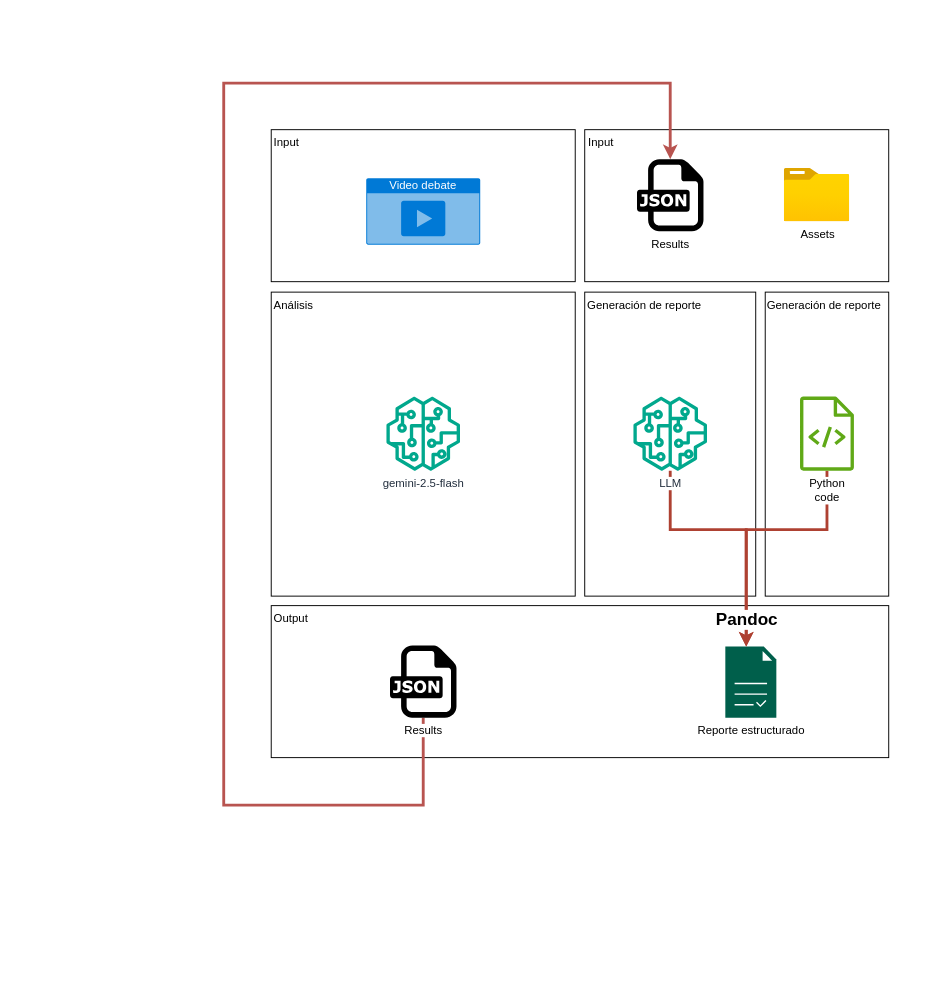
This is analisis_video_canal_7.drawio from Ever-417/diagramas, a draw.io file, before an edit. Source tidied: cells renumbered, new cells numbered last; positions are measured from the earlier drawing's top-left corner, leaving out a move shared by most shapes. Both pictures are drawn from the tidied source at 95%, with x=0, y=0 at pixel (223, 83).
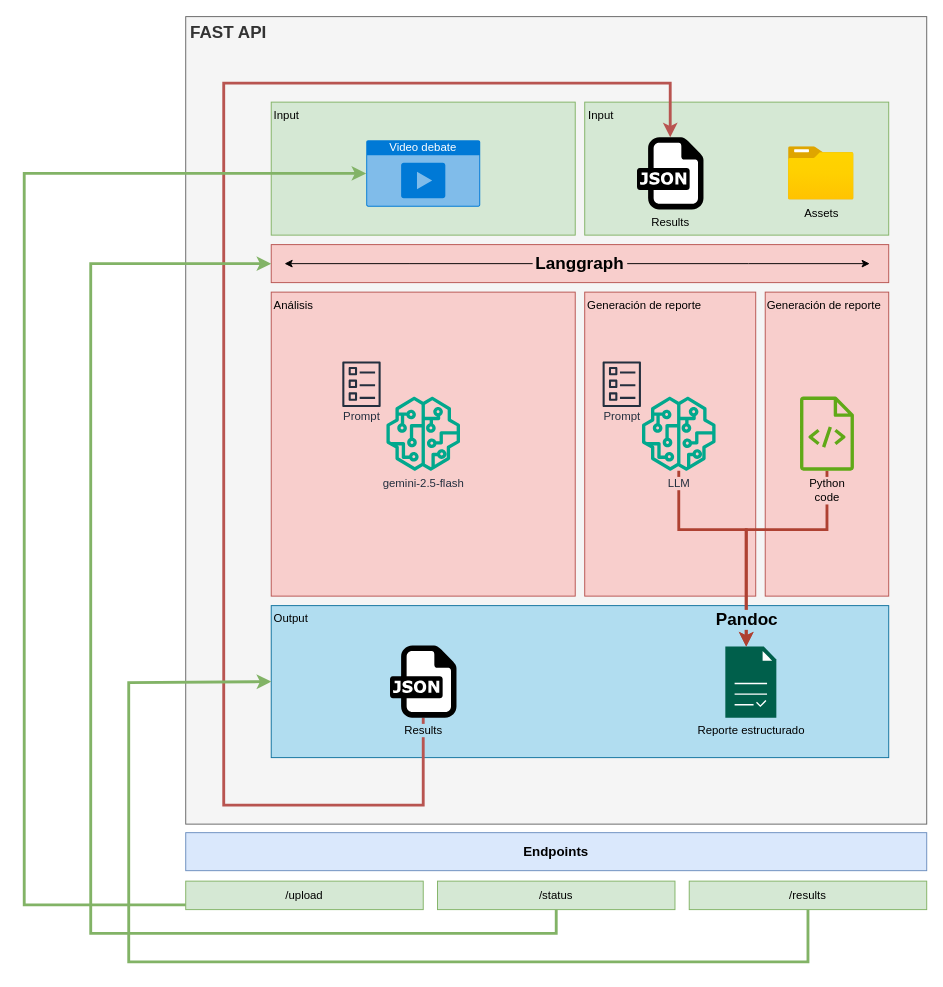
After the change.

Unchanged cells that the change refers to:
```xml
<mxCell id="13" value="Reporte estructurado" style="sketch=0;shadow=0;dashed=0;html=1;strokeColor=none;fillColor=#005F4B;labelPosition=center;verticalLabelPosition=bottom;verticalAlign=top;align=center;outlineConnect=0;shape=mxgraph.veeam2.report;" parent="1" vertex="1">
  <mxGeometry x="528" y="593.1" width="53.7" height="74.8" as="geometry" />
</mxCell>
```

Diff of the diagram source:
```diff
@@
+    <mxCell id="20" value="FAST API" style="rounded=0;whiteSpace=wrap;html=1;verticalAlign=top;align=left;spacingLeft=3;fontSize=18;fontStyle=1;fillColor=#f5f5f5;strokeColor=#666666;fontColor=#333333;" parent="1" vertex="1">
+      <mxGeometry x="-40" y="-70" width="780" height="850" as="geometry" />
+    </mxCell>
-    <mxCell id="2" value="Input" style="rounded=0;whiteSpace=wrap;html=1;verticalAlign=top;align=left;spacingLeft=2;" parent="1" vertex="1">
-      <mxGeometry x="380" y="49" width="320" height="160" as="geometry" />
+    <mxCell id="2" value="Input" style="rounded=0;whiteSpace=wrap;html=1;verticalAlign=top;align=left;spacingLeft=2;fillColor=#d5e8d4;strokeColor=#82b366;" parent="1" vertex="1">
+      <mxGeometry x="380" y="20" width="320" height="140" as="geometry" />
     </mxCell>
-    <mxCell id="3" value="Generación de reporte" style="whiteSpace=wrap;html=1;verticalAlign=top;align=left;spacingLeft=1;" parent="1" vertex="1">
+    <mxCell id="3" value="Generación de reporte" style="whiteSpace=wrap;html=1;verticalAlign=top;align=left;spacingLeft=1;fillColor=#f8cecc;strokeColor=#b85450;labelBackgroundColor=light-dark(#f8cecc, #ededed);" parent="1" vertex="1">
       <mxGeometry x="380" y="220" width="180" height="320" as="geometry" />
     </mxCell>
-    <mxCell id="4" value="&lt;span style=&quot;&quot;&gt;Generación de reporte&lt;/span&gt;" style="rounded=0;whiteSpace=wrap;html=1;verticalAlign=top;align=left;" parent="1" vertex="1">
+    <mxCell id="4" value="&lt;span style=&quot;&quot;&gt;Generación de reporte&lt;/span&gt;" style="rounded=0;whiteSpace=wrap;html=1;verticalAlign=top;align=left;fillColor=#f8cecc;strokeColor=#b85450;labelBackgroundColor=light-dark(#f8cecc, #ededed);" parent="1" vertex="1">
       <mxGeometry x="570" y="220" width="130" height="320" as="geometry" />
     </mxCell>
-    <mxCell id="5" value="Análisis" style="whiteSpace=wrap;html=1;verticalAlign=top;align=left;spacingLeft=1;" parent="1" vertex="1">
+    <mxCell id="5" value="Análisis" style="whiteSpace=wrap;html=1;verticalAlign=top;align=left;spacingLeft=1;fillColor=#f8cecc;strokeColor=#b85450;" parent="1" vertex="1">
       <mxGeometry x="50" y="220" width="320" height="320" as="geometry" />
     </mxCell>
@@
-    <mxCell id="7" value="Input" style="rounded=0;whiteSpace=wrap;html=1;verticalAlign=top;align=left;spacingLeft=1;" parent="1" vertex="1">
-      <mxGeometry x="50" y="49" width="320" height="160" as="geometry" />
+    <mxCell id="7" value="Input" style="rounded=0;whiteSpace=wrap;html=1;verticalAlign=top;align=left;spacingLeft=1;fillColor=#d5e8d4;strokeColor=#82b366;" parent="1" vertex="1">
+      <mxGeometry x="50" y="20" width="320" height="140" as="geometry" />
     </mxCell>
-    <mxCell id="8" value="Output" style="rounded=0;whiteSpace=wrap;html=1;verticalAlign=top;align=left;spacingLeft=1;" parent="1" vertex="1">
+    <mxCell id="8" value="Output" style="rounded=0;whiteSpace=wrap;html=1;verticalAlign=top;align=left;spacingLeft=1;fillColor=#b1ddf0;strokeColor=#10739e;" parent="1" vertex="1">
       <mxGeometry x="50" y="550" width="650" height="160" as="geometry" />
     </mxCell>
     <mxCell id="9" value="Video debate" style="html=1;whiteSpace=wrap;strokeColor=none;fillColor=#0079D6;labelPosition=center;verticalLabelPosition=middle;verticalAlign=top;align=center;fontSize=12;outlineConnect=0;spacingTop=-6;fontColor=#FFFFFF;sketch=0;shape=mxgraph.sitemap.video;" parent="1" vertex="1">
-      <mxGeometry x="150" y="100" width="120" height="70" as="geometry" />
+      <mxGeometry x="150" y="60" width="120" height="70" as="geometry" />
     </mxCell>
@@
-    <mxCell id="11" value="Results" style="dashed=0;outlineConnect=0;html=1;align=center;labelPosition=center;verticalLabelPosition=bottom;verticalAlign=top;shape=mxgraph.weblogos.json;labelBackgroundColor=default;" parent="1" vertex="1">
+    <mxCell id="11" value="Results" style="dashed=0;outlineConnect=0;html=1;align=center;labelPosition=center;verticalLabelPosition=bottom;verticalAlign=top;shape=mxgraph.weblogos.json;labelBackgroundColor=light-dark(#b1ddf0, #ededed);" parent="1" vertex="1">
       <mxGeometry x="175" y="592.1" width="70" height="75.8" as="geometry" />
     </mxCell>
-    <mxCell id="12" value="Results" style="dashed=0;outlineConnect=0;html=1;align=center;labelPosition=center;verticalLabelPosition=bottom;verticalAlign=top;shape=mxgraph.weblogos.json;" parent="1" vertex="1">
-      <mxGeometry x="435" y="80" width="70" height="75.8" as="geometry" />
+    <mxCell id="12" value="Results" style="dashed=0;outlineConnect=0;html=1;align=center;labelPosition=center;verticalLabelPosition=bottom;verticalAlign=top;shape=mxgraph.weblogos.json;fillColor=default;" parent="1" vertex="1">
+      <mxGeometry x="435" y="57.1" width="70" height="75.8" as="geometry" />
     </mxCell>
@@
     <mxCell id="14" style="edgeStyle=orthogonalEdgeStyle;rounded=0;jettySize=auto;html=1;fillColor=#fad9d5;strokeColor=#ae4132;strokeWidth=3;" parent="1" edge="1" source="15" target="13">
       <mxGeometry relative="1" as="geometry">
         <Array as="points">
-          <mxPoint x="470" y="470" />
+          <mxPoint x="479" y="470" />
           <mxPoint x="550" y="470" />
         </Array>
       </mxGeometry>
     </mxCell>
-    <mxCell id="15" value="LLM" style="sketch=0;outlineConnect=0;fontColor=#232F3E;gradientColor=none;fillColor=#01A88D;strokeColor=none;dashed=0;verticalLabelPosition=bottom;verticalAlign=top;align=center;html=1;fontSize=12;fontStyle=0;shape=mxgraph.aws4.sagemaker_model;labelBackgroundColor=default;" parent="1" vertex="1">
-      <mxGeometry x="431" y="330" width="78" height="78" as="geometry" />
+    <mxCell id="15" value="LLM" style="sketch=0;outlineConnect=0;fontColor=#232F3E;gradientColor=none;fillColor=#01A88D;strokeColor=none;dashed=0;verticalLabelPosition=bottom;verticalAlign=top;align=center;html=1;fontSize=12;fontStyle=0;shape=mxgraph.aws4.sagemaker_model;labelBackgroundColor=light-dark(#f8cecc, #ededed);" parent="1" vertex="1">
+      <mxGeometry x="440" y="330" width="78" height="78" as="geometry" />
     </mxCell>
@@
-    <mxCell id="17" value="&lt;span style=&quot;color: rgb(0, 0, 0); text-wrap-mode: wrap;&quot;&gt;Python code&lt;/span&gt;" style="sketch=0;outlineConnect=0;fillColor=#60a917;strokeColor=#2D7600;dashed=0;verticalLabelPosition=bottom;verticalAlign=top;align=center;html=1;fontSize=12;fontStyle=0;shape=mxgraph.aws4.source_code;fontColor=#ffffff;labelBackgroundColor=default;" parent="1" vertex="1">
+    <mxCell id="17" value="&lt;span style=&quot;color: rgb(0, 0, 0); text-wrap-mode: wrap;&quot;&gt;Python code&lt;/span&gt;" style="sketch=0;outlineConnect=0;fillColor=#60a917;strokeColor=#2D7600;dashed=0;verticalLabelPosition=bottom;verticalAlign=top;align=center;html=1;fontSize=12;fontStyle=0;shape=mxgraph.aws4.source_code;fontColor=#ffffff;labelBackgroundColor=light-dark(#f8cecc, #ededed);" parent="1" vertex="1">
       <mxGeometry x="606.5" y="330" width="57" height="78" as="geometry" />
     </mxCell>
-    <mxCell id="18" value="Pandoc" style="text;html=1;whiteSpace=wrap;strokeColor=none;fillColor=none;align=center;verticalAlign=middle;rounded=0;fontStyle=1;fontSize=18;labelBackgroundColor=default;" parent="1" vertex="1">
+    <mxCell id="18" value="Pandoc" style="text;html=1;whiteSpace=wrap;strokeColor=none;fillColor=none;align=center;verticalAlign=middle;rounded=0;fontStyle=1;fontSize=18;labelBackgroundColor=light-dark(#b1ddf0, #ededed);" parent="1" vertex="1">
       <mxGeometry x="521" y="550" width="60" height="30" as="geometry" />
     </mxCell>
-    <mxCell id="19" value="Assets" style="image;html=1;align=center;fontSize=12;image=img/lib/azure2/general/Folder_Blank.svg;" parent="1" vertex="1">
-      <mxGeometry x="590" y="89.9" width="69" height="56" as="geometry" />
+    <mxCell id="19" value="Assets" style="image;html=1;align=center;fontSize=12;image=img/lib/azure2/general/Folder_Blank.svg;labelBackgroundColor=light-dark(#d5e8d4, #ededed);" parent="1" vertex="1">
+      <mxGeometry x="594.5" y="67" width="69" height="56" as="geometry" />
     </mxCell>
+    <mxCell id="21" value="Prompt" style="sketch=0;fontColor=#232F3E;gradientColor=none;strokeColor=#232F3E;fillColor=none;dashed=0;verticalLabelPosition=bottom;verticalAlign=top;align=center;html=1;fontSize=12;fontStyle=0;shape=mxgraph.aws4.resourceIcon;resIcon=mxgraph.aws4.template;spacingBottom=0;spacingTop=-10;" parent="1" vertex="1">
+      <mxGeometry x="115" y="287" width="60" height="60" as="geometry" />
+    </mxCell>
+    <mxCell id="22" value="Prompt" style="sketch=0;fontColor=#232F3E;gradientColor=none;strokeColor=#232F3E;fillColor=none;dashed=0;verticalLabelPosition=bottom;verticalAlign=top;align=center;html=1;fontSize=12;fontStyle=0;shape=mxgraph.aws4.resourceIcon;resIcon=mxgraph.aws4.template;spacingBottom=0;spacingTop=-10;" parent="1" vertex="1">
+      <mxGeometry x="389" y="287" width="60" height="60" as="geometry" />
+    </mxCell>
+    <mxCell id="23" style="rounded=0;whiteSpace=wrap;html=1;fillColor=#f8cecc;strokeColor=#b85450;" parent="1" vertex="1">
+      <mxGeometry x="50" y="170" width="650" height="40" as="geometry" />
+    </mxCell>
+    <mxCell id="24" style="edgeStyle=orthogonalEdgeStyle;rounded=0;jettySize=auto;html=1;" parent="1" edge="1" source="26">
+      <mxGeometry relative="1" as="geometry">
+        <mxPoint x="680" y="190" as="targetPoint" />
+      </mxGeometry>
+    </mxCell>
+    <mxCell id="25" style="edgeStyle=orthogonalEdgeStyle;rounded=0;jettySize=auto;html=1;" parent="1" edge="1" source="26">
+      <mxGeometry relative="1" as="geometry">
+        <mxPoint x="64" y="190" as="targetPoint" />
+      </mxGeometry>
+    </mxCell>
+    <mxCell id="26" value="Langgraph" style="text;html=1;whiteSpace=wrap;strokeColor=none;fillColor=none;align=center;verticalAlign=middle;rounded=0;fontSize=18;fontStyle=1;" parent="1" vertex="1">
+      <mxGeometry x="325.2" y="175" width="99.5" height="30" as="geometry" />
+    </mxCell>
+    <mxCell id="27" value="Endpoints" style="rounded=0;whiteSpace=wrap;html=1;fontStyle=1;fontSize=14;fillColor=#dae8fc;strokeColor=#6c8ebf;" parent="1" vertex="1">
+      <mxGeometry x="-40" y="789" width="780" height="40" as="geometry" />
+    </mxCell>
+    <mxCell id="28" value="/upload" style="text;html=1;whiteSpace=wrap;strokeColor=#82b366;fillColor=#d5e8d4;align=center;verticalAlign=middle;rounded=0;" parent="1" vertex="1">
+      <mxGeometry x="-40" y="840" width="250" height="30" as="geometry" />
+    </mxCell>
+    <mxCell id="29" style="edgeStyle=orthogonalEdgeStyle;rounded=0;jettySize=auto;html=1;entryX=0;entryY=0.5;entryDx=0;entryDy=0;entryPerimeter=0;fillColor=#d5e8d4;strokeColor=#82b366;strokeWidth=3;" parent="1" edge="1" source="28" target="9">
+      <mxGeometry relative="1" as="geometry">
+        <Array as="points">
+          <mxPoint x="-210" y="865" />
+          <mxPoint x="-210" y="95" />
+        </Array>
+      </mxGeometry>
+    </mxCell>
+    <mxCell id="30" style="edgeStyle=orthogonalEdgeStyle;rounded=0;jettySize=auto;html=1;entryX=0;entryY=0.5;entryDx=0;entryDy=0;fillColor=#d5e8d4;strokeColor=#82b366;strokeWidth=3;" parent="1" edge="1" source="31" target="23">
+      <mxGeometry relative="1" as="geometry">
+        <Array as="points">
+          <mxPoint x="-140" y="895" />
+          <mxPoint x="-140" y="190" />
+        </Array>
+      </mxGeometry>
+    </mxCell>
+    <mxCell id="31" value="/status" style="text;html=1;whiteSpace=wrap;strokeColor=#82b366;fillColor=#d5e8d4;align=center;verticalAlign=middle;rounded=0;" parent="1" vertex="1">
+      <mxGeometry x="225" y="840" width="250" height="30" as="geometry" />
+    </mxCell>
+    <mxCell id="32" style="edgeStyle=orthogonalEdgeStyle;rounded=0;jettySize=auto;html=1;entryX=0;entryY=0.5;entryDx=0;entryDy=0;fillColor=#d5e8d4;strokeColor=#82b366;strokeWidth=3;" parent="1" edge="1" source="33" target="8">
+      <mxGeometry relative="1" as="geometry">
+        <Array as="points">
+          <mxPoint x="-100" y="925" />
+          <mxPoint x="-100" y="631" />
+          <mxPoint x="50" y="631" />
+        </Array>
+      </mxGeometry>
+    </mxCell>
+    <mxCell id="33" value="/results" style="text;html=1;whiteSpace=wrap;strokeColor=#82b366;fillColor=#d5e8d4;align=center;verticalAlign=middle;rounded=0;" parent="1" vertex="1">
+      <mxGeometry x="490" y="840" width="250" height="30" as="geometry" />
+    </mxCell>
```
